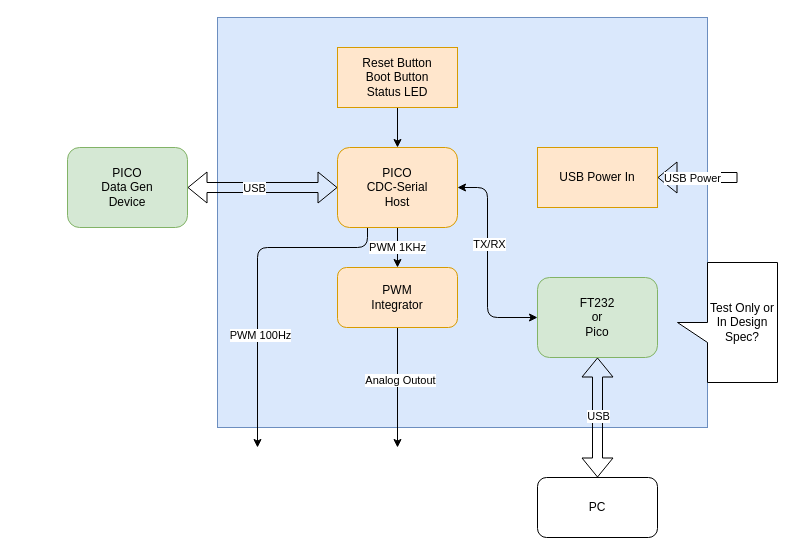
Earlier version of the draw.io diagram docs/diagrams/2026/PICO_CDC_HOST.dio (tzechienchu/mynotes). Source tidied: cells renumbered, new cells numbered last; positions are measured from the earlier drawing's top-left corner, leaving out a move shared by most shapes. Both pictures are drawn from the tidied source at 100%, with x=0, y=0 at pixel (67, 17).
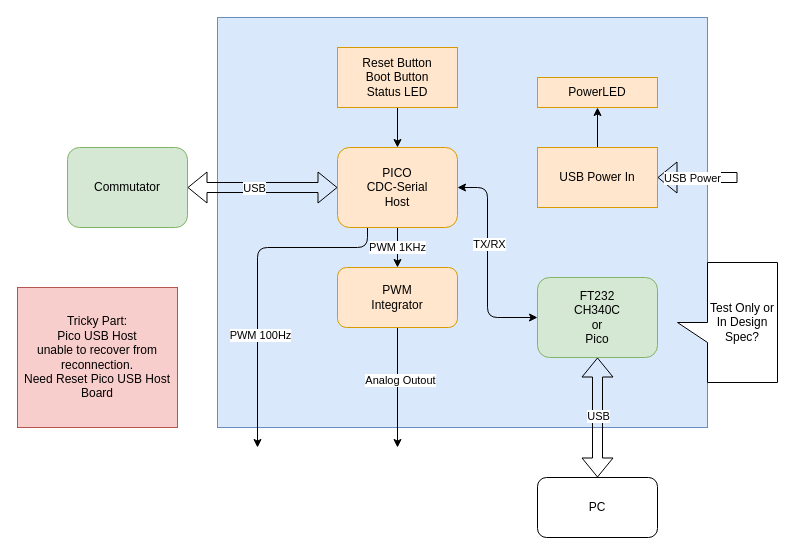
After the change.

Unchanged cells that the change refers to:
```xml
<mxCell id="24" value="USB Power In" style="rounded=0;whiteSpace=wrap;html=1;fillColor=#ffe6cc;strokeColor=#d79b00;" parent="1" vertex="1">
  <mxGeometry x="470" y="130" width="120" height="60" as="geometry" />
</mxCell>
```

The edit, as a diff of the source:
```diff
@@
-    <mxCell id="5" value="PICO&lt;div&gt;Data Gen&lt;/div&gt;&lt;div&gt;Device&lt;/div&gt;" style="rounded=1;whiteSpace=wrap;html=1;fillColor=#d5e8d4;strokeColor=#82b366;" parent="1" vertex="1">
+    <mxCell id="5" value="Commutator" style="rounded=1;whiteSpace=wrap;html=1;fillColor=#d5e8d4;strokeColor=#82b366;" parent="1" vertex="1">
       <mxGeometry y="130" width="120" height="80" as="geometry" />
     </mxCell>
@@
-    <mxCell id="14" value="FT232&lt;div&gt;or&lt;/div&gt;&lt;div&gt;Pico&lt;/div&gt;" style="rounded=1;whiteSpace=wrap;html=1;fillColor=#d5e8d4;strokeColor=#82b366;" parent="1" vertex="1">
+    <mxCell id="14" value="FT232&lt;div&gt;CH340C&lt;/div&gt;&lt;div&gt;or&lt;/div&gt;&lt;div&gt;Pico&lt;/div&gt;" style="rounded=1;whiteSpace=wrap;html=1;fillColor=#d5e8d4;strokeColor=#82b366;" parent="1" vertex="1">
       <mxGeometry x="470" y="260" width="120" height="80" as="geometry" />
     </mxCell>
@@
+    <mxCell id="25" style="edgeStyle=none;html=1;exitX=0.5;exitY=0;exitDx=0;exitDy=0;entryX=0.5;entryY=1;entryDx=0;entryDy=0;" parent="1" edge="1" source="24" target="26">
+      <mxGeometry relative="1" as="geometry" />
+    </mxCell>
@@
+    <mxCell id="26" value="PowerLED" style="rounded=0;whiteSpace=wrap;html=1;fillColor=#ffe6cc;strokeColor=#d79b00;" parent="1" vertex="1">
+      <mxGeometry x="470" y="60" width="120" height="30" as="geometry" />
+    </mxCell>
+    <mxCell id="27" value="Tricky Part:&lt;div&gt;Pico USB Host&lt;/div&gt;&lt;div&gt;unable to recover from reconnection.&lt;/div&gt;&lt;div&gt;Need Reset Pico USB Host Board&lt;/div&gt;" style="rounded=0;whiteSpace=wrap;html=1;fillColor=#f8cecc;strokeColor=#b85450;" parent="1" vertex="1">
+      <mxGeometry x="-50" y="270" width="160" height="140" as="geometry" />
+    </mxCell>
```
